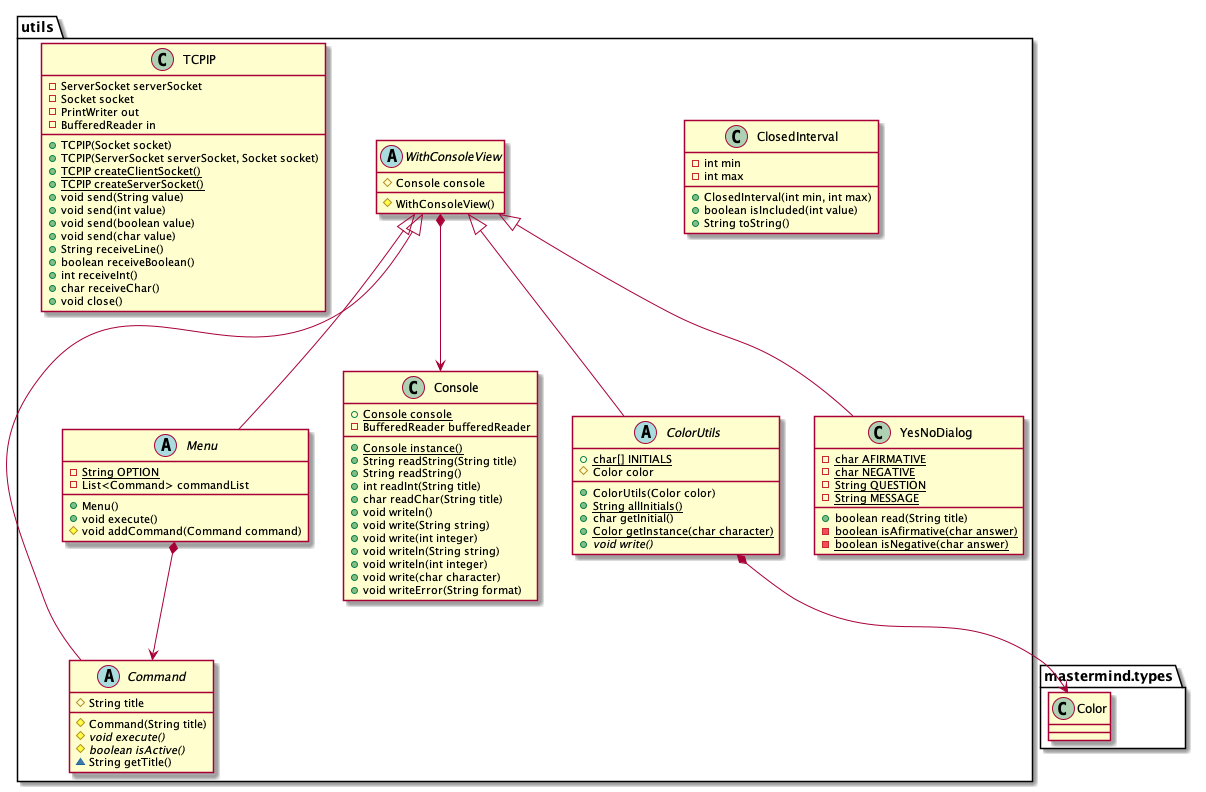
Earlier version of the PlantUML export docs/images/paqueteMastermindUtils.png (jprieto92/mastermindClientServer). Its source is kept beside it as docs/sources/paqueteMastermindUtils.iuml.
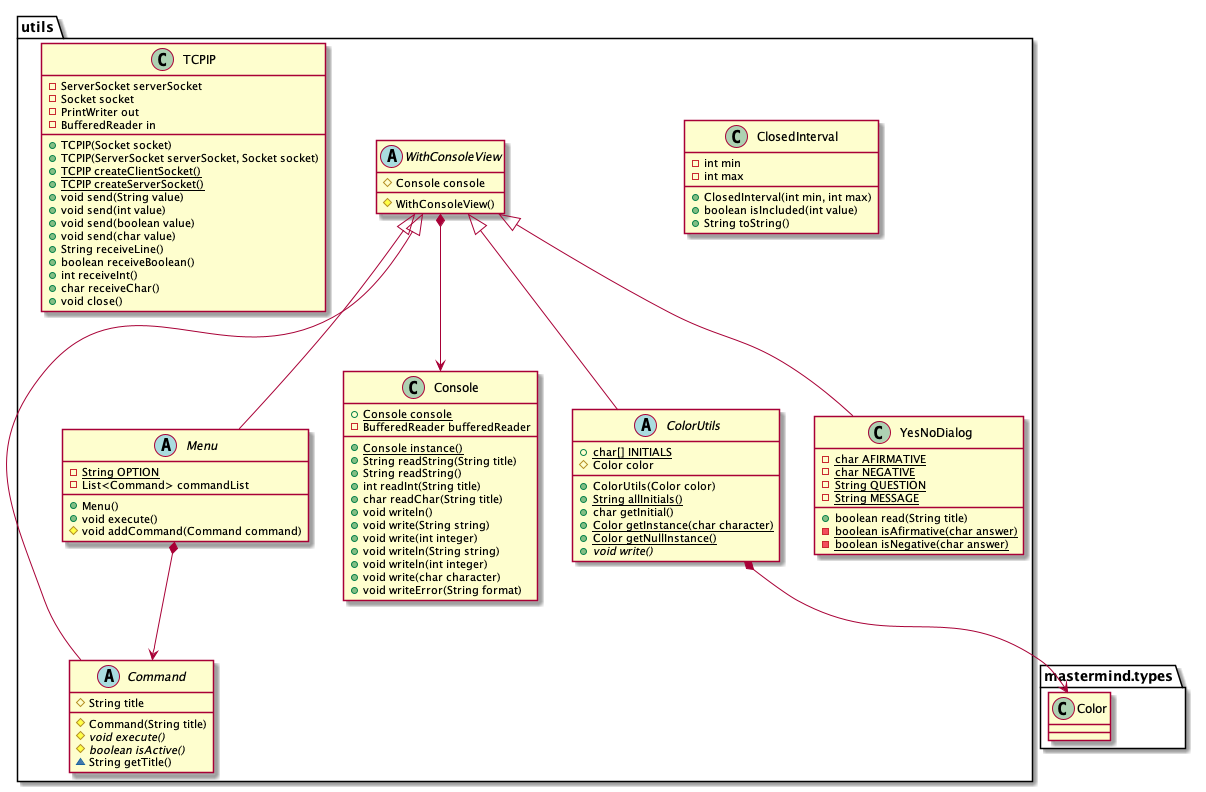
The same diagram one commit later.

The edit, as a diff of the source:
```diff
@@ -15,6 +15,7 @@
 	+{static}String allInitials()
 	+char getInitial()
 	+{static}Color getInstance(char character)
+	+{static}Color getNullInstance()
 	+{abstract}void write()
 }
 utils.WithConsoleView <|-- utils.ColorUtils
```
